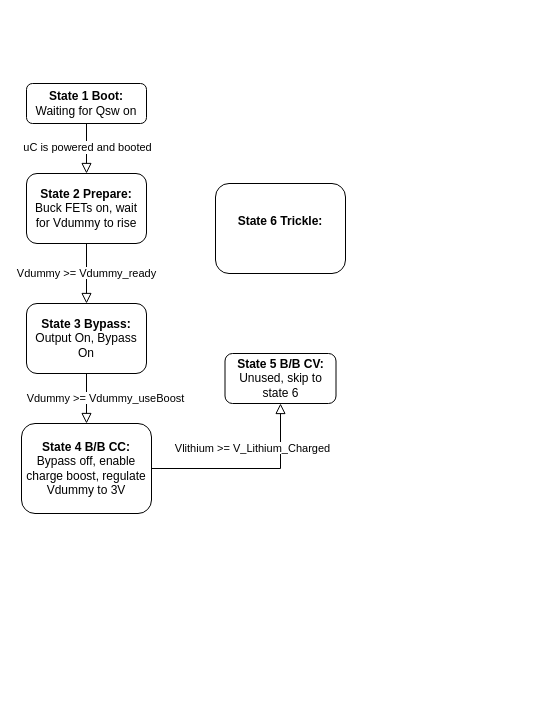
Above: Untitled Diagram.drawio in BStainthorpe/Flowcharts (draw.io), before the change. Source tidied: cells renumbered, new cells numbered last; positions are measured from the earlier drawing's top-left corner, leaving out a move shared by most shapes. Both pictures are drawn from the tidied source at 100%, with x=0, y=0 at pixel (21, 83).
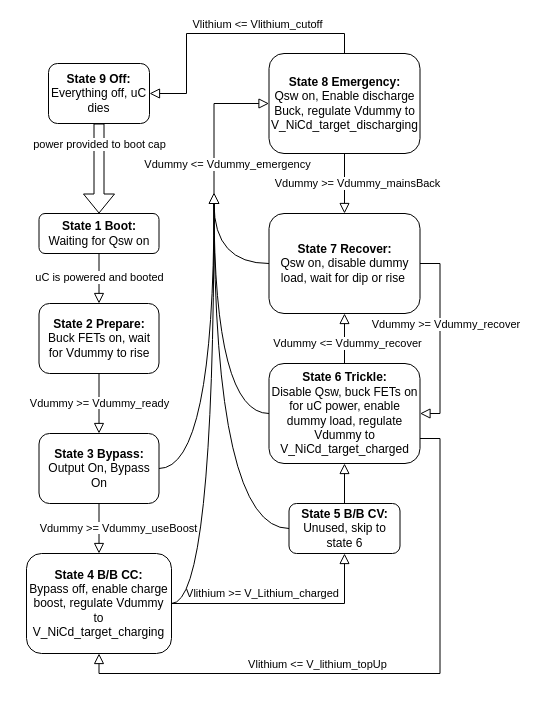
After the change.

What changed in the source:
```diff
@@
     <mxCell id="2" style="rounded=0;html=1;jettySize=auto;fontSize=11;endArrow=block;endFill=0;endSize=8;strokeWidth=1;shadow=0;labelBackgroundColor=none;edgeStyle=orthogonalEdgeStyle;" parent="1" edge="1" source="4">
       <mxGeometry relative="1" as="geometry">
-        <mxPoint x="65" y="90" as="targetPoint" />
+        <mxPoint x="77.5" y="220" as="targetPoint" />
       </mxGeometry>
     </mxCell>
@@
     <mxCell id="4" value="&lt;b&gt;State 1 Boot:&lt;/b&gt;&lt;div&gt;Waiting for Qsw on&lt;/div&gt;" style="rounded=1;whiteSpace=wrap;html=1;fontSize=12;glass=0;strokeWidth=1;shadow=0;" parent="1" vertex="1">
-      <mxGeometry x="5" width="120" height="40" as="geometry" />
+      <mxGeometry x="17.5" y="130" width="120" height="40" as="geometry" />
     </mxCell>
@@
     <mxCell id="7" value="&lt;b&gt;State 2 Prepare:&lt;/b&gt;&lt;div&gt;Buck FETs on, wait for Vdummy to rise&lt;/div&gt;" style="rounded=1;whiteSpace=wrap;html=1;fontSize=12;glass=0;strokeWidth=1;shadow=0;" parent="1" vertex="1">
-      <mxGeometry x="5" y="90" width="120" height="70" as="geometry" />
+      <mxGeometry x="17.5" y="220" width="120" height="70" as="geometry" />
     </mxCell>
     <mxCell id="8" value="&lt;b&gt;State 3 Bypass:&lt;/b&gt;&lt;div&gt;Output On, Bypass On&lt;/div&gt;" style="rounded=1;whiteSpace=wrap;html=1;fontSize=12;glass=0;strokeWidth=1;shadow=0;" parent="1" vertex="1">
-      <mxGeometry x="5" y="220" width="120" height="70" as="geometry" />
+      <mxGeometry x="17.5" y="350" width="120" height="70" as="geometry" />
     </mxCell>
-    <mxCell id="9" value="&lt;b&gt;State 4 B/B CC:&lt;/b&gt;&lt;div&gt;Bypass off, enable charge boost, regulate Vdummy to 3V&lt;/div&gt;" style="rounded=1;whiteSpace=wrap;html=1;fontSize=12;glass=0;strokeWidth=1;shadow=0;" parent="1" vertex="1">
-      <mxGeometry y="340" width="130" height="90" as="geometry" />
+    <mxCell id="9" value="&lt;b&gt;State 4 B/B CC:&lt;/b&gt;&lt;div&gt;Bypass off, enable charge boost, regulate Vdummy to V_NiCd_target_charging&lt;/div&gt;" style="rounded=1;whiteSpace=wrap;html=1;fontSize=12;glass=0;strokeWidth=1;shadow=0;" parent="1" vertex="1">
+      <mxGeometry x="5" y="470" width="145" height="100" as="geometry" />
     </mxCell>
     <mxCell id="10" value="&lt;b&gt;State 5 B/B CV:&lt;/b&gt;&lt;div&gt;Unused, skip to state 6&lt;/div&gt;" style="rounded=1;whiteSpace=wrap;html=1;fontSize=12;glass=0;strokeWidth=1;shadow=0;" parent="1" vertex="1">
-      <mxGeometry x="203.5" y="270" width="111" height="50" as="geometry" />
+      <mxGeometry x="267.5" y="420" width="111" height="50" as="geometry" />
     </mxCell>
-    <mxCell id="11" value="&lt;span style=&quot;background-color: rgb(255, 255, 255);&quot;&gt;Vlithium &amp;gt;= V_Lithium_Charged&lt;/span&gt;" style="rounded=0;html=1;jettySize=auto;fontSize=11;endArrow=block;endFill=0;endSize=8;strokeWidth=1;shadow=0;labelBackgroundColor=none;edgeStyle=orthogonalEdgeStyle;exitX=1;exitY=0.5;exitDx=0;exitDy=0;entryX=0.5;entryY=1;entryDx=0;entryDy=0;" parent="1" edge="1" source="9" target="10">
-      <mxGeometry x="0.04" y="20" relative="1" as="geometry" />
+    <mxCell id="11" value="&lt;span style=&quot;background-color: rgb(255, 255, 255);&quot;&gt;Vlithium &amp;gt;= V_Lithium_charged&lt;/span&gt;" style="rounded=0;html=1;jettySize=auto;fontSize=11;endArrow=block;endFill=0;endSize=8;strokeWidth=1;shadow=0;labelBackgroundColor=none;edgeStyle=orthogonalEdgeStyle;exitX=1;exitY=0.5;exitDx=0;exitDy=0;entryX=0.5;entryY=1;entryDx=0;entryDy=0;" parent="1" edge="1" source="9" target="10">
+      <mxGeometry x="-0.18" y="10" relative="1" as="geometry" />
     </mxCell>
-    <mxCell id="12" value="&lt;b&gt;State 6 Trickle:&lt;/b&gt;&lt;div&gt;&lt;br&gt;&lt;/div&gt;" style="rounded=1;whiteSpace=wrap;html=1;fontSize=12;glass=0;strokeWidth=1;shadow=0;" parent="1" vertex="1">
-      <mxGeometry x="194" y="100" width="130" height="90" as="geometry" />
+    <mxCell id="12" value="&lt;b&gt;State 6 Trickle:&lt;/b&gt;&lt;div&gt;Disable Qsw, buck FETs on for uC power, enable dummy load, regulate Vdummy to V_NiCd_target_charged&lt;/div&gt;" style="rounded=1;whiteSpace=wrap;html=1;fontSize=12;glass=0;strokeWidth=1;shadow=0;" parent="1" vertex="1">
+      <mxGeometry x="247.5" y="280" width="151" height="100" as="geometry" />
     </mxCell>
+    <mxCell id="13" style="rounded=0;html=1;jettySize=auto;fontSize=11;endArrow=block;endFill=0;endSize=8;strokeWidth=1;shadow=0;labelBackgroundColor=none;edgeStyle=orthogonalEdgeStyle;exitX=0.5;exitY=0;exitDx=0;exitDy=0;entryX=0.5;entryY=1;entryDx=0;entryDy=0;" parent="1" edge="1" source="10" target="12">
+      <mxGeometry x="0.04" y="20" relative="1" as="geometry" />
+    </mxCell>
+    <mxCell id="14" value="&lt;b&gt;State 7 Recover:&lt;/b&gt;&lt;div&gt;Qsw on, disable dummy load, wait for dip or rise&amp;nbsp;&lt;/div&gt;" style="rounded=1;whiteSpace=wrap;html=1;fontSize=12;glass=0;strokeWidth=1;shadow=0;" parent="1" vertex="1">
+      <mxGeometry x="247.5" y="130" width="151" height="100" as="geometry" />
+    </mxCell>
+    <mxCell id="15" style="triangle;whiteSpace=wrap;html=1;rotation=-90;" parent="1" vertex="1">
+      <mxGeometry x="187.5" y="110" width="10" height="10" as="geometry" />
+    </mxCell>
+    <mxCell id="16" style="edgeStyle=orthogonalEdgeStyle;rounded=0;html=1;jettySize=auto;fontSize=11;endArrow=none;endFill=0;strokeWidth=1;shadow=0;labelBackgroundColor=none;entryX=0;entryY=0.5;entryDx=0;entryDy=0;exitX=1;exitY=0.5;exitDx=0;exitDy=0;curved=1;" parent="1" edge="1" source="8" target="15">
+      <mxGeometry relative="1" as="geometry" />
+    </mxCell>
+    <mxCell id="17" style="edgeStyle=orthogonalEdgeStyle;rounded=0;html=1;jettySize=auto;fontSize=11;endArrow=none;endFill=0;strokeWidth=1;shadow=0;labelBackgroundColor=none;exitX=1;exitY=0.5;exitDx=0;exitDy=0;curved=1;entryX=0;entryY=0.5;entryDx=0;entryDy=0;" parent="1" edge="1" source="9" target="15">
+      <mxGeometry relative="1" as="geometry" />
+    </mxCell>
+    <mxCell id="18" style="edgeStyle=orthogonalEdgeStyle;rounded=0;html=1;jettySize=auto;fontSize=11;endArrow=none;endFill=0;strokeWidth=1;shadow=0;labelBackgroundColor=none;exitX=0;exitY=0.5;exitDx=0;exitDy=0;curved=1;entryX=0;entryY=0.5;entryDx=0;entryDy=0;" parent="1" edge="1" source="10" target="15">
+      <mxGeometry relative="1" as="geometry" />
+    </mxCell>
+    <mxCell id="19" style="edgeStyle=orthogonalEdgeStyle;rounded=0;html=1;jettySize=auto;fontSize=11;endArrow=none;endFill=0;strokeWidth=1;shadow=0;labelBackgroundColor=none;exitX=0;exitY=0.5;exitDx=0;exitDy=0;curved=1;entryX=0;entryY=0.5;entryDx=0;entryDy=0;" parent="1" edge="1" source="12" target="15">
+      <mxGeometry relative="1" as="geometry" />
+    </mxCell>
+    <mxCell id="20" value="&lt;b&gt;State 8 Emergency:&lt;/b&gt;&lt;div&gt;Qsw on, Enable discharge Buck, regulate Vdummy to V_NiCd_target_discharging&lt;/div&gt;" style="rounded=1;whiteSpace=wrap;html=1;fontSize=12;glass=0;strokeWidth=1;shadow=0;" parent="1" vertex="1">
+      <mxGeometry x="247.5" y="-30" width="151" height="100" as="geometry" />
+    </mxCell>
+    <mxCell id="21" style="rounded=0;html=1;jettySize=auto;fontSize=11;endArrow=block;endFill=0;endSize=8;strokeWidth=1;shadow=0;labelBackgroundColor=none;edgeStyle=orthogonalEdgeStyle;entryX=0;entryY=0.5;entryDx=0;entryDy=0;exitX=1;exitY=0.5;exitDx=0;exitDy=0;" parent="1" edge="1" source="15" target="20">
+      <mxGeometry x="0.04" y="20" relative="1" as="geometry" />
+    </mxCell>
+    <mxCell id="22" value="Vdummy &amp;lt;= Vdummy_emergency" style="edgeLabel;html=1;align=center;verticalAlign=middle;" parent="21" vertex="1">
+      <mxGeometry x="-0.09" relative="1" as="geometry">
+        <mxPoint x="13" y="36" as="offset" />
+      </mxGeometry>
+    </mxCell>
+    <mxCell id="23" style="edgeStyle=orthogonalEdgeStyle;rounded=0;html=1;jettySize=auto;fontSize=11;endArrow=none;endFill=0;strokeWidth=1;shadow=0;labelBackgroundColor=none;exitX=0;exitY=0.5;exitDx=0;exitDy=0;curved=1;entryX=0;entryY=0.5;entryDx=0;entryDy=0;" parent="1" edge="1" source="14" target="15">
+      <mxGeometry relative="1" as="geometry" />
+    </mxCell>
+    <mxCell id="24" style="edgeStyle=orthogonalEdgeStyle;rounded=0;jettySize=auto;html=1;exitX=0.5;exitY=1;exitDx=0;exitDy=0;shape=flexArrow;" parent="1" edge="1" source="26" target="4">
+      <mxGeometry relative="1" as="geometry" />
+    </mxCell>
+    <mxCell id="25" value="power provided to boot cap" style="edgeLabel;html=1;align=center;verticalAlign=middle;" parent="24" vertex="1">
+      <mxGeometry x="0.03" y="-4" relative="1" as="geometry">
+        <mxPoint x="4" y="-26" as="offset" />
+      </mxGeometry>
+    </mxCell>
+    <mxCell id="26" value="&lt;b&gt;State 9 Off:&lt;/b&gt;&lt;div&gt;Everything off, uC dies&lt;/div&gt;" style="rounded=1;whiteSpace=wrap;html=1;fontSize=12;glass=0;strokeWidth=1;shadow=0;" parent="1" vertex="1">
+      <mxGeometry x="27" y="-20" width="101" height="60" as="geometry" />
+    </mxCell>
+    <mxCell id="27" style="rounded=0;html=1;jettySize=auto;fontSize=11;endArrow=block;endFill=0;endSize=8;strokeWidth=1;shadow=0;labelBackgroundColor=none;edgeStyle=orthogonalEdgeStyle;entryX=1;entryY=0.5;entryDx=0;entryDy=0;exitX=0.5;exitY=0;exitDx=0;exitDy=0;" parent="1" edge="1" source="20" target="26">
+      <mxGeometry x="0.04" y="20" relative="1" as="geometry">
+        <Array as="points">
+          <mxPoint x="323" y="-50" />
+          <mxPoint x="165" y="-50" />
+          <mxPoint x="165" y="10" />
+        </Array>
+      </mxGeometry>
+    </mxCell>
+    <mxCell id="28" value="Vlithium &amp;lt;= Vlithium_cutoff" style="edgeLabel;html=1;align=center;verticalAlign=middle;" parent="27" vertex="1">
+      <mxGeometry x="-0.09" relative="1" as="geometry">
+        <mxPoint x="17" y="-10" as="offset" />
+      </mxGeometry>
+    </mxCell>
+    <mxCell id="29" style="rounded=0;html=1;jettySize=auto;fontSize=11;endArrow=block;endFill=0;endSize=8;strokeWidth=1;shadow=0;labelBackgroundColor=none;edgeStyle=orthogonalEdgeStyle;entryX=0.5;entryY=0;entryDx=0;entryDy=0;exitX=0.5;exitY=1;exitDx=0;exitDy=0;" parent="1" edge="1" source="20" target="14">
+      <mxGeometry x="0.04" y="20" relative="1" as="geometry" />
+    </mxCell>
+    <mxCell id="30" value="Vdummy &amp;gt;= Vdummy_mainsBack" style="edgeLabel;html=1;align=center;verticalAlign=middle;" parent="29" vertex="1">
+      <mxGeometry x="-0.09" relative="1" as="geometry">
+        <mxPoint x="12" y="2" as="offset" />
+      </mxGeometry>
+    </mxCell>
+    <mxCell id="31" style="rounded=0;html=1;jettySize=auto;fontSize=11;endArrow=block;endFill=0;endSize=8;strokeWidth=1;shadow=0;labelBackgroundColor=none;edgeStyle=orthogonalEdgeStyle;entryX=1;entryY=0.5;entryDx=0;entryDy=0;exitX=1;exitY=0.5;exitDx=0;exitDy=0;" parent="1" edge="1" source="14" target="12">
+      <mxGeometry x="0.04" y="20" relative="1" as="geometry" />
+    </mxCell>
+    <mxCell id="32" value="Vdummy &amp;gt;= Vdummy_recover&amp;nbsp;" style="edgeLabel;html=1;align=center;verticalAlign=middle;" parent="31" vertex="1">
+      <mxGeometry x="-0.09" relative="1" as="geometry">
+        <mxPoint x="7" y="-6" as="offset" />
+      </mxGeometry>
+    </mxCell>
+    <mxCell id="33" style="rounded=0;html=1;jettySize=auto;fontSize=11;endArrow=block;endFill=0;endSize=8;strokeWidth=1;shadow=0;labelBackgroundColor=none;edgeStyle=orthogonalEdgeStyle;entryX=0.5;entryY=1;entryDx=0;entryDy=0;exitX=0.5;exitY=0;exitDx=0;exitDy=0;" parent="1" edge="1" source="12" target="14">
+      <mxGeometry x="0.04" y="20" relative="1" as="geometry" />
+    </mxCell>
+    <mxCell id="34" value="Vdummy &amp;lt;= Vdummy_recover" style="edgeLabel;html=1;align=center;verticalAlign=middle;" parent="33" vertex="1">
+      <mxGeometry x="-0.09" relative="1" as="geometry">
+        <mxPoint x="2" y="2" as="offset" />
+      </mxGeometry>
+    </mxCell>
+    <mxCell id="35" style="rounded=0;html=1;jettySize=auto;fontSize=11;endArrow=block;endFill=0;endSize=8;strokeWidth=1;shadow=0;labelBackgroundColor=none;edgeStyle=orthogonalEdgeStyle;entryX=0.5;entryY=1;entryDx=0;entryDy=0;exitX=1;exitY=0.75;exitDx=0;exitDy=0;" parent="1" edge="1" source="12" target="9">
+      <mxGeometry x="0.04" y="20" relative="1" as="geometry" />
+    </mxCell>
+    <mxCell id="36" value="Vlithium &amp;lt;= V_lithium_topUp" style="edgeLabel;html=1;align=center;verticalAlign=middle;" parent="35" vertex="1">
+      <mxGeometry x="-0.09" relative="1" as="geometry">
+        <mxPoint x="-98" y="-10" as="offset" />
+      </mxGeometry>
+    </mxCell>
```
